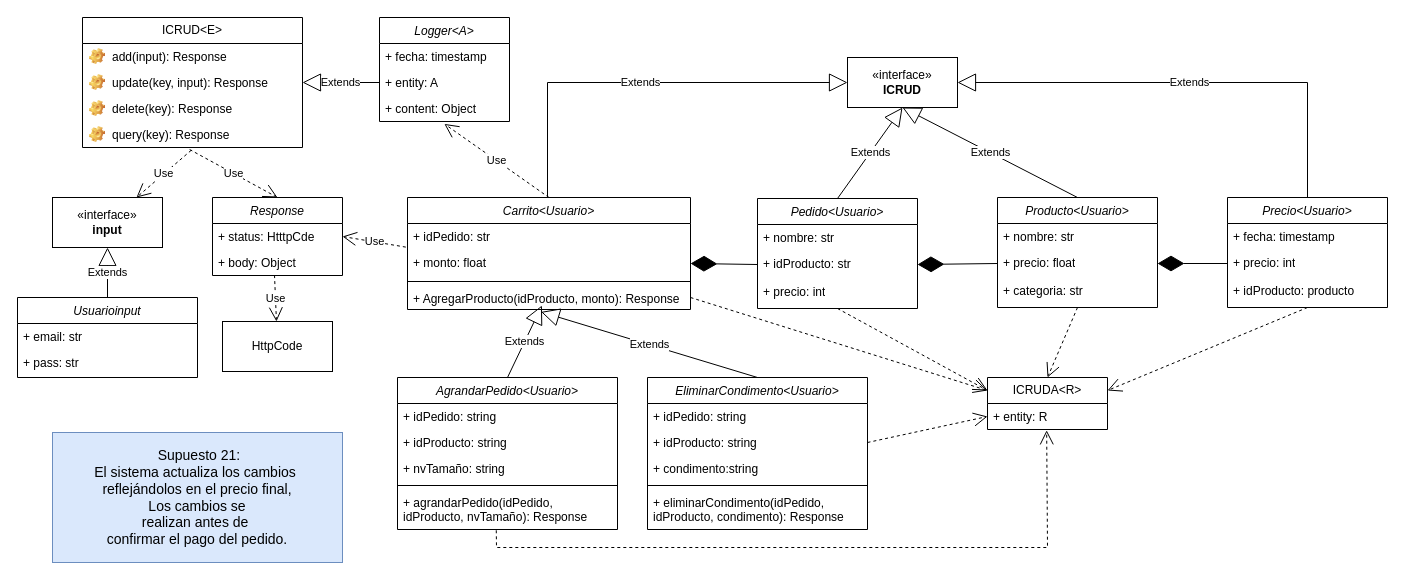
This is Front-End_Sprint/Diagrama Supuesto21.drawio from Giggin-html/dwm4, a draw.io file, before an edit. Source tidied: cells renumbered, new cells numbered last; positions are measured from the earlier drawing's top-left corner, leaving out a move shared by most shapes. Both pictures are drawn from the tidied source at 100%, with x=0, y=0 at pixel (17, 17).
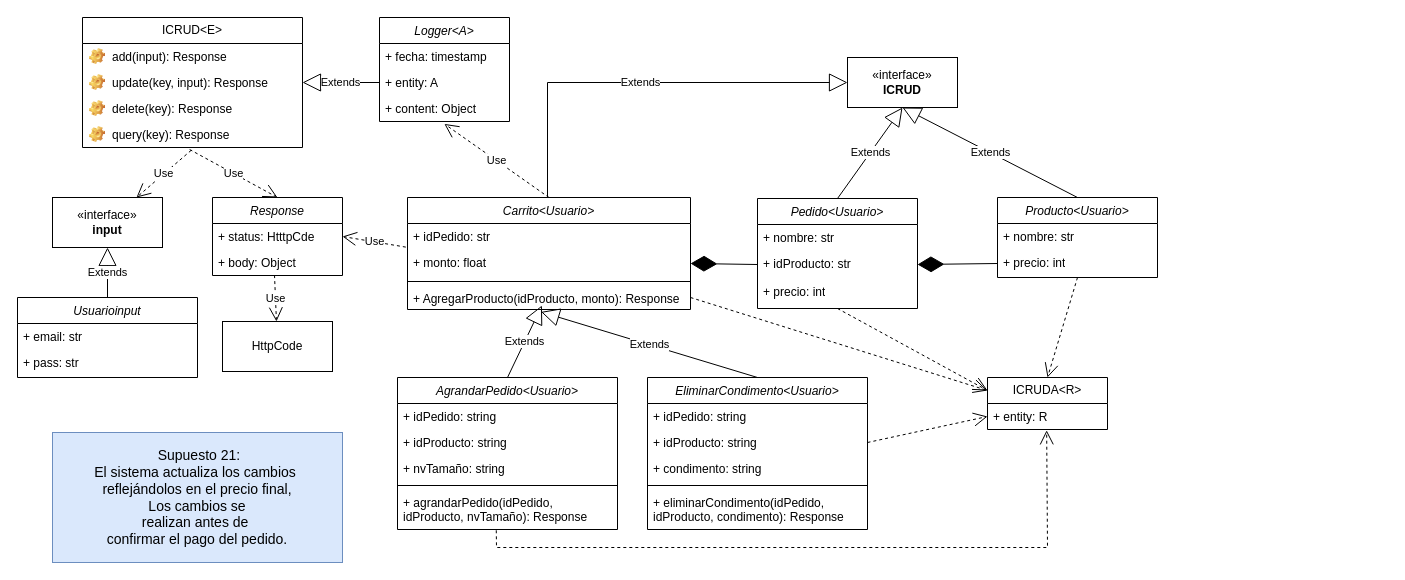
Above is the later version.

Unchanged cells that the change refers to:
```xml
<mxCell id="3" value="EliminarCondimento&lt;Usuario&gt;" style="swimlane;fontStyle=2;align=center;verticalAlign=top;horizontal=1;startSize=26;rounded=0;shadow=0;strokeWidth=1;" parent="1" vertex="1">
  <mxGeometry x="630" y="360" width="220" height="152" as="geometry" />
</mxCell>
<mxCell id="26" value="«interface»&lt;br&gt;&lt;b&gt;ICRUD&lt;/b&gt;" style="html=1;whiteSpace=wrap;" parent="1" vertex="1">
  <mxGeometry x="830" y="40" width="110" height="50" as="geometry" />
</mxCell>
<mxCell id="35" value="ICRUDA&amp;lt;R&amp;gt;" style="swimlane;fontStyle=0;horizontal=1;startSize=26;fillColor=none;whiteSpace=wrap;html=1;" parent="1" vertex="1">
  <mxGeometry x="970" y="360" width="120" height="52" as="geometry" />
</mxCell>
```

The edit, as a diff of the source:
```diff
@@
-    <mxCell id="6" value="+ condimento:string" style="text;strokeColor=none;fillColor=none;align=left;verticalAlign=top;spacingLeft=4;spacingRight=4;overflow=hidden;whiteSpace=wrap;html=1;" parent="3" vertex="1">
+    <mxCell id="6" value="+ condimento: string" style="text;strokeColor=none;fillColor=none;align=left;verticalAlign=top;spacingLeft=4;spacingRight=4;overflow=hidden;whiteSpace=wrap;html=1;" parent="3" vertex="1">
       <mxGeometry y="78" width="220" height="26" as="geometry" />
     </mxCell>
@@
     <mxCell id="48" value="Producto&lt;Usuario&gt;" style="swimlane;fontStyle=2;align=center;verticalAlign=top;horizontal=1;startSize=26;rounded=0;shadow=0;strokeWidth=1;" parent="1" vertex="1">
-      <mxGeometry x="980" y="180" width="160" height="110" as="geometry" />
+      <mxGeometry x="980" y="180" width="160" height="80" as="geometry" />
     </mxCell>
@@
-    <mxCell id="50" value="+ precio: float" style="text;strokeColor=none;fillColor=none;align=left;verticalAlign=top;spacingLeft=4;spacingRight=4;overflow=hidden;points=[[0,0.5],[1,0.5]];portConstraint=eastwest;whiteSpace=wrap;html=1;" parent="48" vertex="1">
+    <mxCell id="50" value="+ precio: int" style="text;strokeColor=none;fillColor=none;align=left;verticalAlign=top;spacingLeft=4;spacingRight=4;overflow=hidden;points=[[0,0.5],[1,0.5]];portConstraint=eastwest;whiteSpace=wrap;html=1;" parent="48" vertex="1">
       <mxGeometry y="52" width="160" height="28" as="geometry" />
     </mxCell>
-    <mxCell id="51" value="+ categoria: str" style="text;strokeColor=none;fillColor=none;align=left;verticalAlign=top;spacingLeft=4;spacingRight=4;overflow=hidden;whiteSpace=wrap;html=1;" parent="48" vertex="1">
-      <mxGeometry y="80" width="160" height="26" as="geometry" />
-    </mxCell>
-    <mxCell id="52" value="Precio&lt;Usuario&gt;" style="swimlane;fontStyle=2;align=center;verticalAlign=top;horizontal=1;startSize=26;rounded=0;shadow=0;strokeWidth=1;" parent="1" vertex="1">
-      <mxGeometry x="1210" y="180" width="160" height="110" as="geometry" />
-    </mxCell>
-    <mxCell id="53" value="+ fecha: timestamp" style="text;strokeColor=none;fillColor=none;align=left;verticalAlign=top;spacingLeft=4;spacingRight=4;overflow=hidden;whiteSpace=wrap;html=1;" parent="52" vertex="1">
-      <mxGeometry y="26" width="160" height="26" as="geometry" />
-    </mxCell>
-    <mxCell id="54" value="+ precio: int" style="text;strokeColor=none;fillColor=none;align=left;verticalAlign=top;spacingLeft=4;spacingRight=4;overflow=hidden;points=[[0,0.5],[1,0.5]];portConstraint=eastwest;whiteSpace=wrap;html=1;" parent="52" vertex="1">
-      <mxGeometry y="52" width="160" height="28" as="geometry" />
-    </mxCell>
-    <mxCell id="55" value="+ idProducto: producto" style="text;strokeColor=none;fillColor=none;align=left;verticalAlign=top;spacingLeft=4;spacingRight=4;overflow=hidden;whiteSpace=wrap;html=1;" parent="52" vertex="1">
-      <mxGeometry y="80" width="160" height="26" as="geometry" />
-    </mxCell>
@@
-    <mxCell id="57" style="endArrow=diamondThin;endFill=1;endSize=24;html=1;rounded=0;entryX=1;entryY=0.5;entryDx=0;entryDy=0;exitX=0;exitY=0.5;exitDx=0;exitDy=0;" parent="1" edge="1" source="54" target="50">
-      <mxGeometry relative="1" as="geometry" />
-    </mxCell>
@@
-    <mxCell id="68" value="Extends" style="endArrow=block;endSize=16;endFill=0;html=1;rounded=0;exitX=0.5;exitY=0;exitDx=0;exitDy=0;entryX=1;entryY=0.5;entryDx=0;entryDy=0;" parent="1" edge="1" source="52" target="26">
-      <mxGeometry relative="1" as="geometry">
-        <Array as="points">
-          <mxPoint x="1290" y="65" />
-        </Array>
-      </mxGeometry>
-    </mxCell>
@@
-    <mxCell id="71" style="endArrow=open;endSize=12;dashed=1;html=1;rounded=0;exitX=0.5;exitY=1;exitDx=0;exitDy=0;entryX=1;entryY=0.25;entryDx=0;entryDy=0;" parent="1" edge="1" source="52" target="35">
-      <mxGeometry relative="1" as="geometry" />
-    </mxCell>
```
